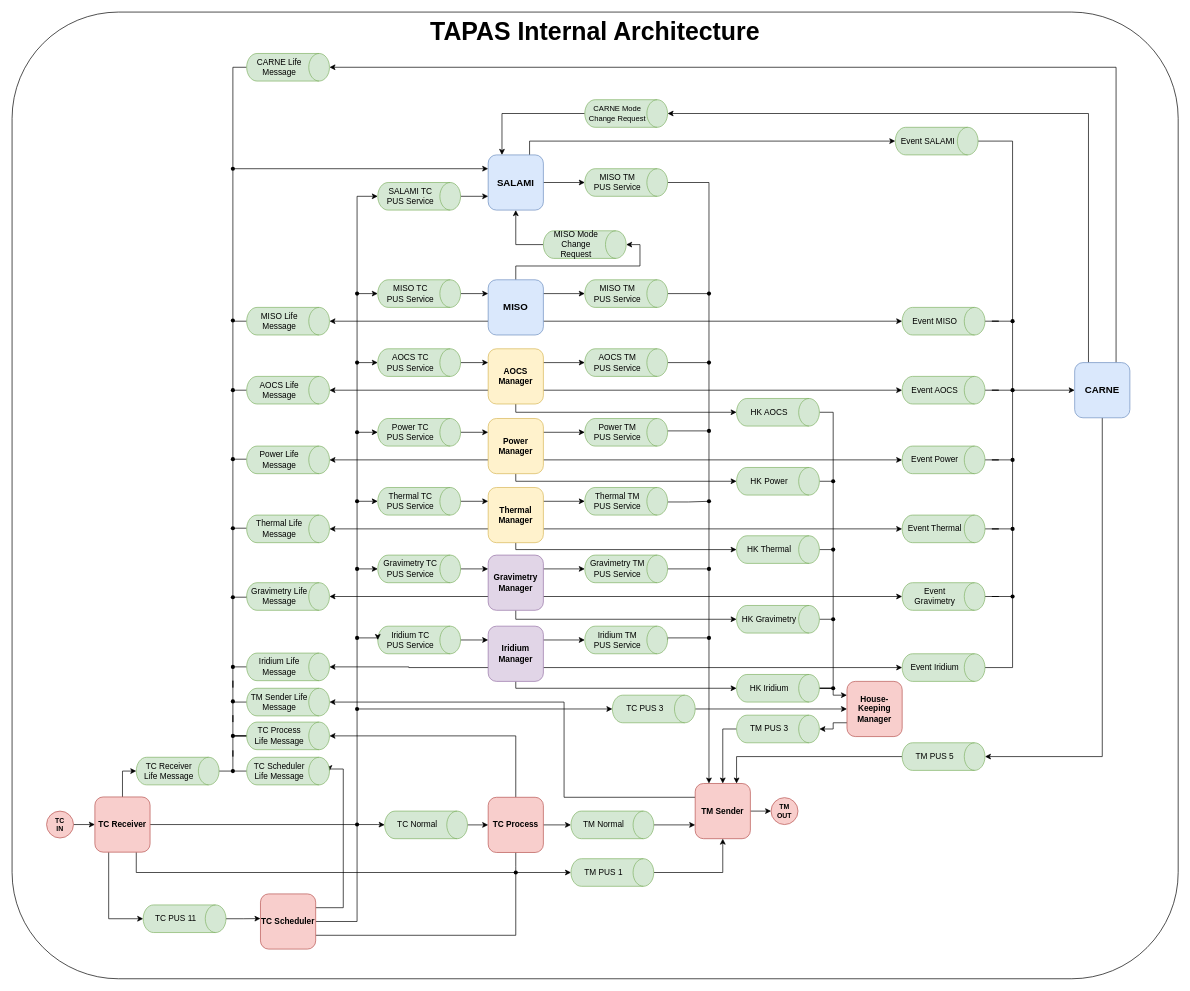
Above: doc/images/Internal_Architecture_Graph.drawio in TOLOSAT/flight-software (draw.io), before the change. Source tidied: cells renumbered, new cells numbered last; positions are measured from the earlier drawing's top-left corner, leaving out a move shared by most shapes. Both pictures are drawn from the tidied source at 69%, with x=0, y=0 at pixel (12, 12).
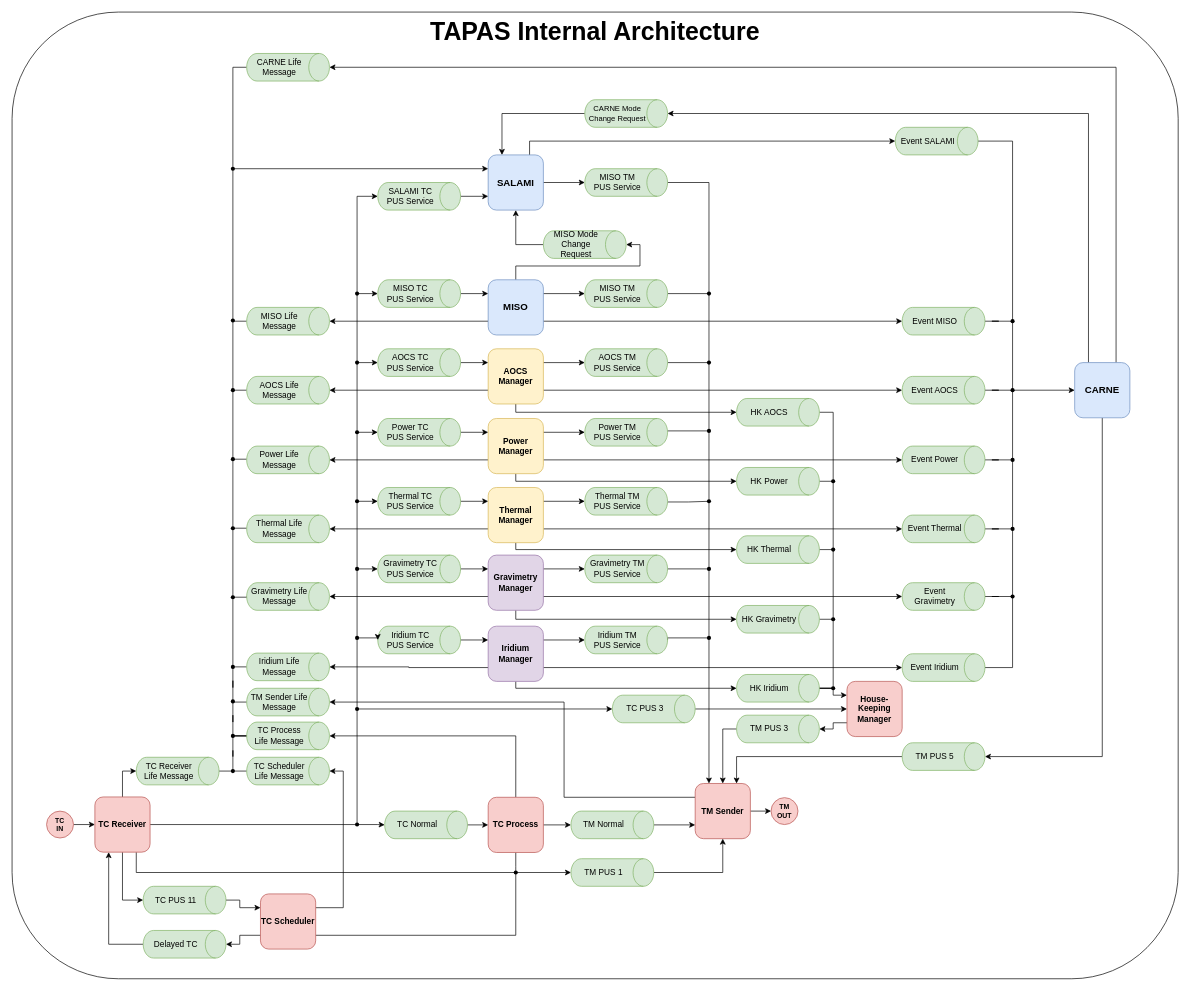
Above is the later version.

Commit message (it also covers changes not shown here):
Internal Software Specifications is now finished

The change refers to these unchanged cells:
```xml
<mxCell id="7" value="&lt;b&gt;TC Receiver&lt;/b&gt;" style="rounded=1;whiteSpace=wrap;html=1;fillColor=#f8cecc;strokeColor=#b85450;" parent="1" vertex="1">
  <mxGeometry x="120" y="1137.5" width="80" height="80" as="geometry" />
</mxCell>
<mxCell id="30" value="&lt;b&gt;TC Scheduler&lt;/b&gt;" style="rounded=1;whiteSpace=wrap;html=1;fillColor=#f8cecc;strokeColor=#b85450;" parent="1" vertex="1">
  <mxGeometry x="360" y="1278" width="80" height="80" as="geometry" />
</mxCell>
<mxCell id="97" style="shape=waypoint;sketch=0;size=6;points=[];fillColor=none;perimeter=centerPerimeter;snapToPoint=1;" parent="1" vertex="1">
  <mxGeometry x="490" y="1167.5" width="20" height="20" as="geometry" />
</mxCell>
<mxCell id="174" value="TC Scheduler Life Message" style="shape=cylinder3;whiteSpace=wrap;html=1;boundedLbl=1;backgroundOutline=1;size=15;direction=south;fillColor=#d5e8d4;strokeColor=#82b366;" parent="1" vertex="1">
  <mxGeometry x="340" y="1080" width="120" height="40" as="geometry" />
</mxCell>
```

Diff of the diagram source:
```diff
@@
-    <mxCell id="5" style="edgeStyle=orthogonalEdgeStyle;rounded=0;jettySize=auto;html=1;exitX=0.25;exitY=1;exitDx=0;exitDy=0;entryX=0.5;entryY=1;entryDx=0;entryDy=0;entryPerimeter=0;" parent="1" edge="1" source="7" target="26">
+    <mxCell id="5" style="edgeStyle=orthogonalEdgeStyle;rounded=0;jettySize=auto;html=1;exitX=0.5;exitY=1;exitDx=0;exitDy=0;entryX=0.5;entryY=1;entryDx=0;entryDy=0;entryPerimeter=0;" parent="1" edge="1" source="7" target="26">
       <mxGeometry relative="1" as="geometry" />
     </mxCell>
@@
-    <mxCell id="25" style="edgeStyle=orthogonalEdgeStyle;rounded=0;jettySize=auto;html=1;exitX=0.5;exitY=0;exitDx=0;exitDy=0;exitPerimeter=0;entryX=0;entryY=0.447;entryDx=0;entryDy=0;entryPerimeter=0;" parent="1" edge="1" source="26" target="30">
-      <mxGeometry relative="1" as="geometry" />
+    <mxCell id="25" style="edgeStyle=orthogonalEdgeStyle;rounded=0;jettySize=auto;html=1;exitX=0.5;exitY=0;exitDx=0;exitDy=0;exitPerimeter=0;entryX=0;entryY=0.25;entryDx=0;entryDy=0;" parent="1" edge="1" source="26" target="30">
+      <mxGeometry relative="1" as="geometry">
+        <Array as="points">
+          <mxPoint x="330" y="1287" />
+          <mxPoint x="330" y="1298" />
+        </Array>
+      </mxGeometry>
     </mxCell>
     <mxCell id="26" value="TC PUS 11" style="shape=cylinder3;whiteSpace=wrap;html=1;boundedLbl=1;backgroundOutline=1;size=15;direction=south;fillColor=#d5e8d4;strokeColor=#82b366;" parent="1" vertex="1">
-      <mxGeometry x="190" y="1294" width="120" height="40" as="geometry" />
+      <mxGeometry x="190" y="1267" width="120" height="40" as="geometry" />
     </mxCell>
@@
-    <mxCell id="28" style="edgeStyle=orthogonalEdgeStyle;rounded=0;jettySize=auto;html=1;exitX=1;exitY=0.5;exitDx=0;exitDy=0;entryX=0.094;entryY=0.544;entryDx=0;entryDy=0;entryPerimeter=0;endArrow=none;endFill=0;" parent="1" edge="1" source="30" target="97">
-      <mxGeometry relative="1" as="geometry" />
-    </mxCell>
     <mxCell id="29" style="edgeStyle=orthogonalEdgeStyle;rounded=0;jettySize=auto;html=1;exitX=1;exitY=0.25;exitDx=0;exitDy=0;entryX=0.5;entryY=0;entryDx=0;entryDy=0;entryPerimeter=0;" parent="1" edge="1" source="30" target="174">
       <mxGeometry relative="1" as="geometry">
         <Array as="points">
           <mxPoint x="480" y="1298" />
-          <mxPoint x="480" y="1097" />
+          <mxPoint x="480" y="1100" />
         </Array>
       </mxGeometry>
     </mxCell>
+    <mxCell id="229" style="edgeStyle=orthogonalEdgeStyle;rounded=0;jettySize=auto;html=1;exitX=0;exitY=0.75;exitDx=0;exitDy=0;entryX=0.5;entryY=0;entryDx=0;entryDy=0;entryPerimeter=0;" parent="1" edge="1" source="30" target="231">
+      <mxGeometry relative="1" as="geometry">
+        <Array as="points">
+          <mxPoint x="330" y="1338" />
+          <mxPoint x="330" y="1351" />
+        </Array>
+      </mxGeometry>
+    </mxCell>
@@
+    <mxCell id="230" style="edgeStyle=orthogonalEdgeStyle;rounded=0;jettySize=auto;html=1;exitX=0.5;exitY=1;exitDx=0;exitDy=0;exitPerimeter=0;entryX=0.25;entryY=1;entryDx=0;entryDy=0;" parent="1" edge="1" source="231" target="7">
+      <mxGeometry relative="1" as="geometry" />
+    </mxCell>
+    <mxCell id="231" value="Delayed TC" style="shape=cylinder3;whiteSpace=wrap;html=1;boundedLbl=1;backgroundOutline=1;size=15;direction=south;fillColor=#d5e8d4;strokeColor=#82b366;" parent="1" vertex="1">
+      <mxGeometry x="190" y="1331" width="120" height="40" as="geometry" />
+    </mxCell>
```
